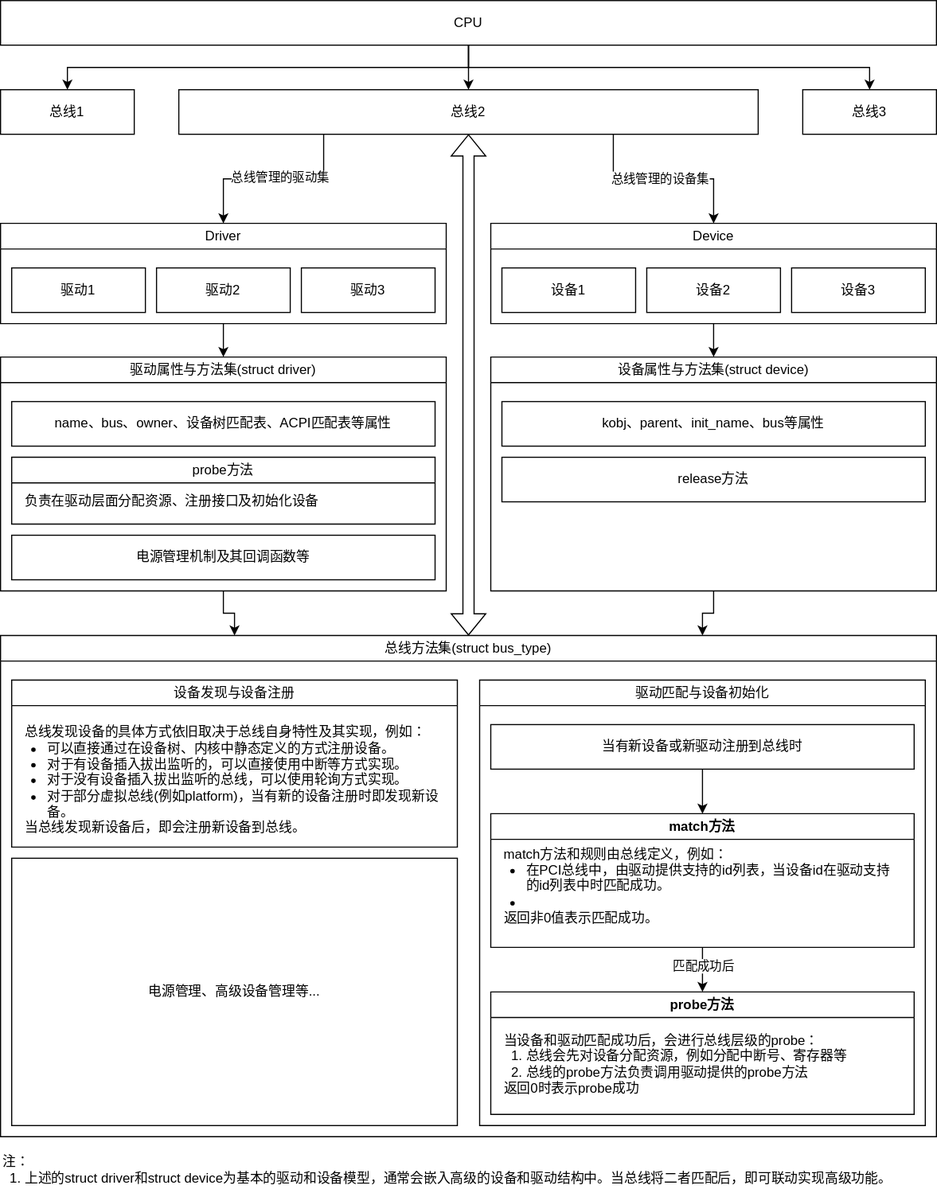
Earlier version of the draw.io export Linux内核原理及其开发/Resources/Linux设备模型概览.drawio.svg (h13-0/Notebooks). Source tidied: cells renumbered, new cells last; positions are measured from the earlier drawing's top-left corner, leaving out a move shared by most shapes.
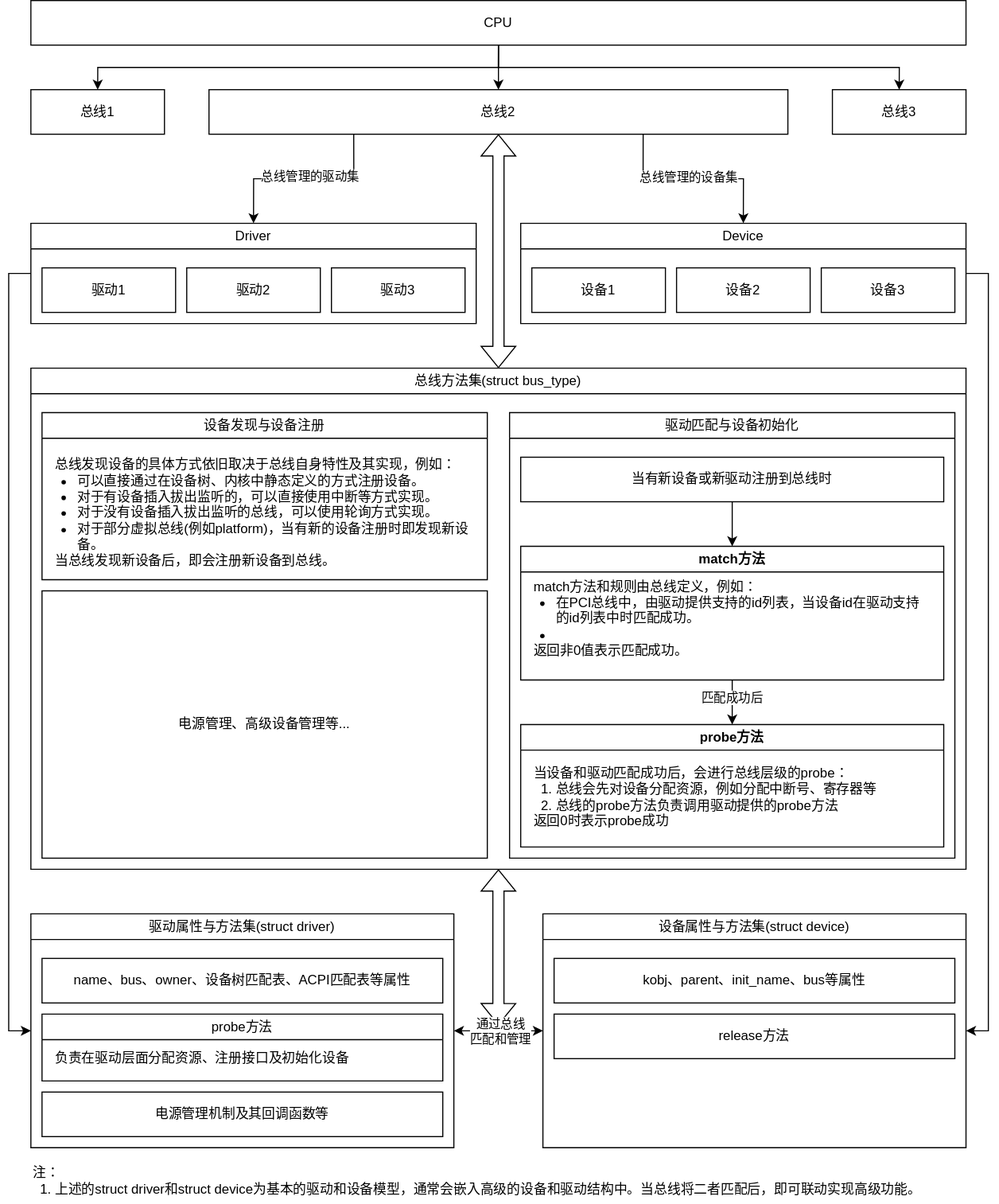
After the change.

Commit message:
vault backup: 2025-05-11 18:00:07

The edit, as a diff of the source:
```diff
@@ -12,10 +12,10 @@
       <mxGeometry relative="1" as="geometry" />
     </mxCell>
     <mxCell id="5" value="CPU" style="rounded=0;whiteSpace=wrap;html=1;" parent="1" vertex="1">
-      <mxGeometry width="840" height="40" as="geometry" />
+      <mxGeometry x="20.1" width="840" height="40" as="geometry" />
     </mxCell>
     <mxCell id="6" value="总线1" style="rounded=0;whiteSpace=wrap;html=1;" parent="1" vertex="1">
-      <mxGeometry y="80" width="120" height="40" as="geometry" />
+      <mxGeometry x="20.1" y="80" width="120" height="40" as="geometry" />
     </mxCell>
     <mxCell id="7" style="edgeStyle=orthogonalEdgeStyle;rounded=0;jettySize=auto;html=1;exitX=0.25;exitY=1;exitDx=0;exitDy=0;entryX=0.5;entryY=0;entryDx=0;entryDy=0;" parent="1" edge="1" source="11" target="14">
       <mxGeometry relative="1" as="geometry" />
@@ -34,16 +34,16 @@
       </mxGeometry>
     </mxCell>
     <mxCell id="11" value="总线2" style="rounded=0;whiteSpace=wrap;html=1;" parent="1" vertex="1">
-      <mxGeometry x="160" y="80" width="520" height="40" as="geometry" />
+      <mxGeometry x="180.1" y="80" width="520" height="40" as="geometry" />
     </mxCell>
     <mxCell id="12" value="总线3" style="rounded=0;whiteSpace=wrap;html=1;" parent="1" vertex="1">
-      <mxGeometry x="720" y="80" width="120" height="40" as="geometry" />
+      <mxGeometry x="740" y="80" width="120" height="40" as="geometry" />
     </mxCell>
-    <mxCell id="13" style="edgeStyle=orthogonalEdgeStyle;rounded=0;jettySize=auto;html=1;exitX=0.5;exitY=1;exitDx=0;exitDy=0;entryX=0.5;entryY=0;entryDx=0;entryDy=0;" parent="1" edge="1" source="14" target="37">
+    <mxCell id="13" style="edgeStyle=orthogonalEdgeStyle;rounded=0;jettySize=auto;html=1;exitX=0;exitY=0.5;exitDx=0;exitDy=0;entryX=0;entryY=0.5;entryDx=0;entryDy=0;" parent="1" edge="1" source="14" target="37">
       <mxGeometry relative="1" as="geometry" />
     </mxCell>
     <mxCell id="14" value="&lt;span style=&quot;font-weight: normal;&quot;&gt;Driver&lt;/span&gt;" style="swimlane;whiteSpace=wrap;html=1;" parent="1" vertex="1">
-      <mxGeometry y="200" width="400" height="90" as="geometry" />
+      <mxGeometry x="20.1" y="200" width="400" height="90" as="geometry" />
     </mxCell>
     <mxCell id="15" value="驱动3" style="rounded=0;whiteSpace=wrap;html=1;" parent="14" vertex="1">
       <mxGeometry x="270" y="40" width="120" height="40" as="geometry" />
@@ -54,11 +54,11 @@
     <mxCell id="17" value="驱动1" style="rounded=0;whiteSpace=wrap;html=1;" parent="14" vertex="1">
       <mxGeometry x="10" y="40" width="120" height="40" as="geometry" />
     </mxCell>
-    <mxCell id="18" style="edgeStyle=orthogonalEdgeStyle;rounded=0;jettySize=auto;html=1;exitX=0.5;exitY=1;exitDx=0;exitDy=0;entryX=0.5;entryY=0;entryDx=0;entryDy=0;" parent="1" edge="1" source="19" target="43">
+    <mxCell id="18" style="edgeStyle=orthogonalEdgeStyle;rounded=0;jettySize=auto;html=1;exitX=1;exitY=0.5;exitDx=0;exitDy=0;entryX=1;entryY=0.5;entryDx=0;entryDy=0;" parent="1" edge="1" source="19" target="43">
       <mxGeometry relative="1" as="geometry" />
     </mxCell>
     <mxCell id="19" value="&lt;span style=&quot;font-weight: normal;&quot;&gt;Device&lt;/span&gt;" style="swimlane;whiteSpace=wrap;html=1;" parent="1" vertex="1">
-      <mxGeometry x="440" y="200" width="400" height="90" as="geometry" />
+      <mxGeometry x="460.1" y="200" width="400" height="90" as="geometry" />
     </mxCell>
     <mxCell id="20" value="设备3" style="rounded=0;whiteSpace=wrap;html=1;" parent="19" vertex="1">
       <mxGeometry x="270" y="40" width="120" height="40" as="geometry" />
@@ -70,7 +70,7 @@
       <mxGeometry x="10" y="40" width="120" height="40" as="geometry" />
     </mxCell>
     <mxCell id="23" value="&lt;span style=&quot;font-weight: normal;&quot;&gt;总线方法集(struct bus_type)&lt;/span&gt;" style="swimlane;whiteSpace=wrap;html=1;" parent="1" vertex="1">
-      <mxGeometry y="570" width="840" height="450" as="geometry" />
+      <mxGeometry x="20.1" y="330" width="840" height="450" as="geometry" />
     </mxCell>
     <mxCell id="24" value="&lt;span style=&quot;font-weight: 400;&quot;&gt;驱动匹配与设备初始化&lt;/span&gt;" style="swimlane;whiteSpace=wrap;html=1;" parent="23" vertex="1">
       <mxGeometry x="430" y="40" width="400" height="400" as="geometry" />
@@ -108,41 +108,48 @@
     <mxCell id="35" value="电源管理、高级设备管理等..." style="rounded=0;whiteSpace=wrap;html=1;" parent="23" vertex="1">
       <mxGeometry x="10" y="200" width="400" height="240" as="geometry" />
     </mxCell>
-    <mxCell id="36" style="edgeStyle=orthogonalEdgeStyle;rounded=0;jettySize=auto;html=1;exitX=0.5;exitY=1;exitDx=0;exitDy=0;entryX=0.25;entryY=0;entryDx=0;entryDy=0;" parent="1" edge="1" source="37" target="23">
-      <mxGeometry relative="1" as="geometry" />
-    </mxCell>
     <mxCell id="37" value="&lt;span style=&quot;font-weight: normal;&quot;&gt;驱动属性与方法集(struct driver)&lt;/span&gt;" style="swimlane;whiteSpace=wrap;html=1;" parent="1" vertex="1">
-      <mxGeometry y="320" width="400" height="210" as="geometry" />
+      <mxGeometry x="20.1" y="820" width="379.9" height="210" as="geometry" />
     </mxCell>
     <mxCell id="38" value="name、bus、owner、设备树匹配表、ACPI匹配表等属性" style="rounded=0;whiteSpace=wrap;html=1;" parent="37" vertex="1">
-      <mxGeometry x="10" y="40" width="380" height="40" as="geometry" />
+      <mxGeometry x="10" y="40" width="360" height="40" as="geometry" />
     </mxCell>
     <mxCell id="39" value="&lt;span style=&quot;font-weight: normal;&quot;&gt;probe方法&lt;/span&gt;" style="swimlane;whiteSpace=wrap;html=1;" parent="37" vertex="1">
-      <mxGeometry x="10" y="90" width="380" height="60" as="geometry" />
+      <mxGeometry x="10" y="90" width="360" height="60" as="geometry" />
     </mxCell>
     <mxCell id="40" value="负责在驱动层面分配资源、注册接口及初始化设备" style="text;html=1;align=left;verticalAlign=middle;strokeColor=none;fillColor=none;" parent="39" vertex="1">
       <mxGeometry x="10" y="25" width="290" height="30" as="geometry" />
     </mxCell>
     <mxCell id="41" value="电源管理机制及其回调函数等" style="rounded=0;whiteSpace=wrap;html=1;" parent="37" vertex="1">
-      <mxGeometry x="10" y="160" width="380" height="40" as="geometry" />
+      <mxGeometry x="10" y="160" width="360" height="40" as="geometry" />
     </mxCell>
-    <mxCell id="42" style="edgeStyle=orthogonalEdgeStyle;rounded=0;jettySize=auto;html=1;exitX=0.5;exitY=1;exitDx=0;exitDy=0;entryX=0.75;entryY=0;entryDx=0;entryDy=0;" parent="1" edge="1" source="43" target="23">
-      <mxGeometry relative="1" as="geometry" />
-    </mxCell>
     <mxCell id="43" value="&lt;span style=&quot;font-weight: normal;&quot;&gt;设备属性与方法集(struct device)&lt;/span&gt;" style="swimlane;whiteSpace=wrap;html=1;" parent="1" vertex="1">
-      <mxGeometry x="440" y="320" width="400" height="210" as="geometry" />
+      <mxGeometry x="480" y="820" width="380.1" height="210" as="geometry" />
     </mxCell>
     <mxCell id="44" value="kobj、parent、init_name、bus等属性" style="rounded=0;whiteSpace=wrap;html=1;" parent="43" vertex="1">
-      <mxGeometry x="10" y="40" width="380" height="40" as="geometry" />
+      <mxGeometry x="10" y="40" width="360" height="40" as="geometry" />
     </mxCell>
     <mxCell id="45" value="release方法" style="rounded=0;whiteSpace=wrap;html=1;" parent="43" vertex="1">
-      <mxGeometry x="10" y="90" width="380" height="40" as="geometry" />
+      <mxGeometry x="10" y="90" width="360" height="40" as="geometry" />
     </mxCell>
     <mxCell id="46" style="shape=flexArrow;endArrow=classic;startArrow=classic;html=1;rounded=0;entryX=0.5;entryY=1;entryDx=0;entryDy=0;exitX=0.5;exitY=0;exitDx=0;exitDy=0;" parent="1" edge="1" source="23" target="11">
       <mxGeometry relative="1" as="geometry" />
     </mxCell>
     <mxCell id="47" value="注：&lt;div&gt;&lt;ol style=&quot;padding-left: 20px; margin-top: 0px; margin-bottom: 0px;&quot;&gt;&lt;li&gt;上述的&lt;span style=&quot;text-align: center;&quot;&gt;struct driver和&lt;/span&gt;&lt;span style=&quot;text-align: center;&quot;&gt;struct device为基本的驱动和设备模型，通常会嵌入高级的设备和驱动结构中。当总线将二者匹配后，即可联动实现高级功能。&lt;/span&gt;&lt;/li&gt;&lt;/ol&gt;&lt;/div&gt;" style="text;html=1;align=left;verticalAlign=middle;whiteSpace=wrap;rounded=0;" parent="1" vertex="1">
-      <mxGeometry y="1030" width="840" height="40" as="geometry" />
+      <mxGeometry x="20.1" y="1040" width="840" height="40" as="geometry" />
     </mxCell>
+    <mxCell id="48" style="endArrow=classic;startArrow=classic;html=1;rounded=0;exitX=1;exitY=0.5;exitDx=0;exitDy=0;entryX=0;entryY=0.5;entryDx=0;entryDy=0;" parent="1" edge="1" source="37" target="43">
+      <mxGeometry relative="1" as="geometry" />
+    </mxCell>
+    <mxCell id="49" style="shape=flexArrow;endArrow=classic;startArrow=classic;html=1;rounded=0;entryX=0.5;entryY=1;entryDx=0;entryDy=0;" parent="1" edge="1" target="23">
+      <mxGeometry relative="1" as="geometry">
+        <mxPoint x="440" y="920" as="sourcePoint" />
+      </mxGeometry>
+    </mxCell>
+    <mxCell id="50" value="通过总线&lt;div&gt;匹配和管理&lt;/div&gt;" style="edgeLabel;html=1;align=center;verticalAlign=middle;" parent="49" vertex="1">
+      <mxGeometry x="-1" y="-6" relative="1" as="geometry">
+        <mxPoint x="-4" y="6" as="offset" />
+      </mxGeometry>
+    </mxCell>
   </root>
 </mxGraphModel>
```
